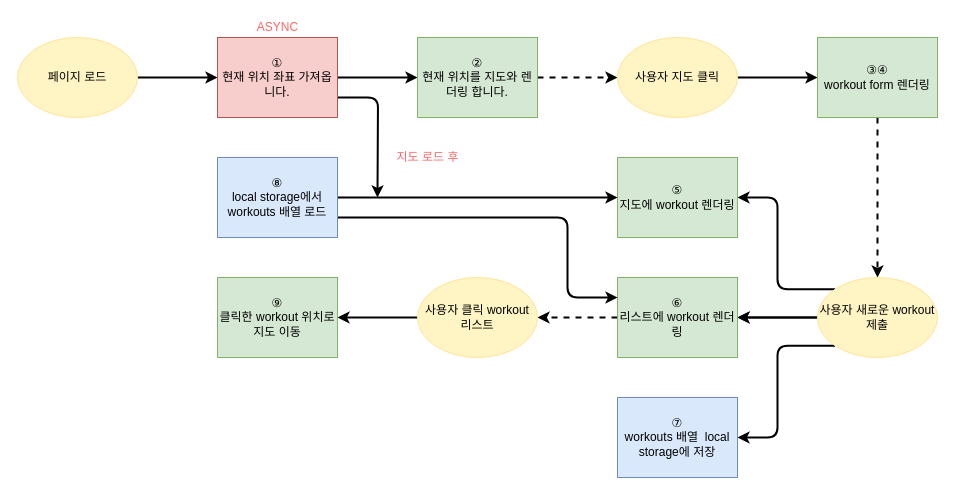
jackma914/js-run_record_app keeps this draw.io diagram as Untitled Diagram.drawio. Above is the earlier version. Source tidied: cells renumbered, new cells numbered last; positions are measured from the earlier drawing's top-left corner, leaving out a move shared by most shapes. Both pictures are drawn from the tidied source at 100%, with x=0, y=0 at pixel (17, 17).
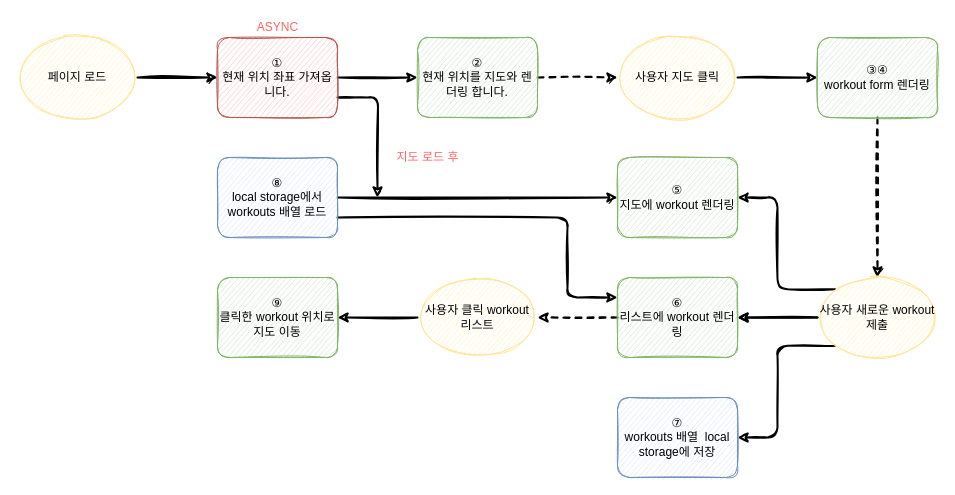
After the change.

Change to the diagram source:
```diff
@@
-    <mxCell id="2" style="edgeStyle=orthogonalEdgeStyle;rounded=0;jettySize=auto;html=1;fontColor=#FF6666;strokeWidth=2;" parent="1" edge="1" source="3" target="6">
+    <mxCell id="2" style="edgeStyle=orthogonalEdgeStyle;rounded=1;jettySize=auto;html=1;fontColor=#FF6666;strokeWidth=2;sketch=1;" parent="1" edge="1" source="3" target="6">
       <mxGeometry relative="1" as="geometry" />
     </mxCell>
-    <mxCell id="3" value="페이지 로드" style="ellipse;whiteSpace=wrap;html=1;strokeColor=#FFE599;fillColor=#FFF4C3;gradientColor=none;" parent="1" vertex="1">
+    <mxCell id="3" value="페이지 로드" style="ellipse;whiteSpace=wrap;html=1;strokeColor=#FFE599;fillColor=#FFF4C3;gradientColor=none;rounded=1;sketch=1;" parent="1" vertex="1">
       <mxGeometry y="20" width="120" height="80" as="geometry" />
     </mxCell>
-    <mxCell id="4" style="edgeStyle=orthogonalEdgeStyle;rounded=0;jettySize=auto;html=1;fontColor=#FF6666;strokeWidth=2;" parent="1" edge="1" source="6" target="8">
+    <mxCell id="4" style="edgeStyle=orthogonalEdgeStyle;rounded=1;jettySize=auto;html=1;fontColor=#FF6666;strokeWidth=2;sketch=1;" parent="1" edge="1" source="6" target="8">
       <mxGeometry relative="1" as="geometry" />
     </mxCell>
-    <mxCell id="5" style="edgeStyle=orthogonalEdgeStyle;rounded=1;jettySize=auto;html=1;exitX=1;exitY=0.75;exitDx=0;exitDy=0;fontColor=#FF6666;strokeWidth=2;" parent="1" edge="1" source="6">
+    <mxCell id="5" style="edgeStyle=orthogonalEdgeStyle;rounded=1;jettySize=auto;html=1;exitX=1;exitY=0.75;exitDx=0;exitDy=0;fontColor=#FF6666;strokeWidth=2;sketch=1;" parent="1" edge="1" source="6">
       <mxGeometry relative="1" as="geometry">
         <mxPoint x="360" y="180" as="targetPoint" />
       </mxGeometry>
     </mxCell>
-    <mxCell id="6" value="①&lt;br&gt;현재 위치 좌표 가져옵니다." style="rounded=0;whiteSpace=wrap;html=1;strokeColor=#b85450;fillColor=#f8cecc;" parent="1" vertex="1">
+    <mxCell id="6" value="①&lt;br&gt;현재 위치 좌표 가져옵니다." style="rounded=1;whiteSpace=wrap;html=1;strokeColor=#b85450;fillColor=#f8cecc;sketch=1;" parent="1" vertex="1">
       <mxGeometry x="200" y="20" width="120" height="80" as="geometry" />
     </mxCell>
-    <mxCell id="7" style="edgeStyle=orthogonalEdgeStyle;rounded=0;jettySize=auto;html=1;fontColor=#FF6666;dashed=1;strokeWidth=2;" parent="1" edge="1" source="8" target="10">
+    <mxCell id="7" style="edgeStyle=orthogonalEdgeStyle;rounded=1;jettySize=auto;html=1;fontColor=#FF6666;dashed=1;strokeWidth=2;sketch=1;" parent="1" edge="1" source="8" target="10">
       <mxGeometry relative="1" as="geometry" />
     </mxCell>
-    <mxCell id="8" value="②&lt;br&gt;현재 위치를 지도와 렌더링 합니다." style="rounded=0;whiteSpace=wrap;html=1;strokeColor=#82b366;fillColor=#d5e8d4;" parent="1" vertex="1">
+    <mxCell id="8" value="②&lt;br&gt;현재 위치를 지도와 렌더링 합니다." style="rounded=1;whiteSpace=wrap;html=1;strokeColor=#82b366;fillColor=#d5e8d4;sketch=1;" parent="1" vertex="1">
       <mxGeometry x="400" y="20" width="120" height="80" as="geometry" />
     </mxCell>
-    <mxCell id="9" style="edgeStyle=orthogonalEdgeStyle;rounded=1;jettySize=auto;html=1;fontColor=#FF6666;strokeWidth=2;" parent="1" edge="1" source="10" target="12">
+    <mxCell id="9" style="edgeStyle=orthogonalEdgeStyle;rounded=1;jettySize=auto;html=1;fontColor=#FF6666;strokeWidth=2;sketch=1;" parent="1" edge="1" source="10" target="12">
       <mxGeometry relative="1" as="geometry" />
     </mxCell>
-    <mxCell id="10" value="사용자 지도 클릭" style="ellipse;whiteSpace=wrap;html=1;strokeColor=#FFE599;fillColor=#FFF4C3;gradientColor=none;" parent="1" vertex="1">
+    <mxCell id="10" value="사용자 지도 클릭" style="ellipse;whiteSpace=wrap;html=1;strokeColor=#FFE599;fillColor=#FFF4C3;gradientColor=none;rounded=1;sketch=1;" parent="1" vertex="1">
       <mxGeometry x="600" y="20" width="120" height="80" as="geometry" />
     </mxCell>
-    <mxCell id="11" style="edgeStyle=orthogonalEdgeStyle;rounded=1;jettySize=auto;html=1;entryX=0.5;entryY=0;entryDx=0;entryDy=0;fontColor=#FF6666;dashed=1;strokeWidth=2;" parent="1" edge="1" source="12" target="17">
+    <mxCell id="11" style="edgeStyle=orthogonalEdgeStyle;rounded=1;jettySize=auto;html=1;entryX=0.5;entryY=0;entryDx=0;entryDy=0;fontColor=#FF6666;dashed=1;strokeWidth=2;sketch=1;" parent="1" edge="1" source="12" target="17">
       <mxGeometry relative="1" as="geometry" />
     </mxCell>
-    <mxCell id="12" value="③④&lt;br&gt;workout form 렌더링" style="rounded=0;whiteSpace=wrap;html=1;strokeColor=#82b366;fillColor=#d5e8d4;" parent="1" vertex="1">
+    <mxCell id="12" value="③④&lt;br&gt;workout form 렌더링" style="rounded=1;whiteSpace=wrap;html=1;strokeColor=#82b366;fillColor=#d5e8d4;sketch=1;" parent="1" vertex="1">
       <mxGeometry x="800" y="20" width="120" height="80" as="geometry" />
     </mxCell>
-    <mxCell id="13" style="edgeStyle=orthogonalEdgeStyle;rounded=1;jettySize=auto;html=1;entryX=1;entryY=0.5;entryDx=0;entryDy=0;fontColor=#FF6666;strokeWidth=2;" parent="1" edge="1" source="17" target="19">
+    <mxCell id="13" style="edgeStyle=orthogonalEdgeStyle;rounded=1;jettySize=auto;html=1;entryX=1;entryY=0.5;entryDx=0;entryDy=0;fontColor=#FF6666;strokeWidth=2;sketch=1;" parent="1" edge="1" source="17" target="19">
       <mxGeometry relative="1" as="geometry" />
     </mxCell>
-    <mxCell id="14" style="edgeStyle=orthogonalEdgeStyle;rounded=1;jettySize=auto;html=1;fontColor=#FF6666;strokeWidth=2;" parent="1" edge="1" source="17" target="19">
+    <mxCell id="14" style="edgeStyle=orthogonalEdgeStyle;rounded=1;jettySize=auto;html=1;fontColor=#FF6666;strokeWidth=2;sketch=1;" parent="1" edge="1" source="17" target="19">
       <mxGeometry relative="1" as="geometry" />
     </mxCell>
-    <mxCell id="15" style="edgeStyle=orthogonalEdgeStyle;rounded=1;jettySize=auto;html=1;exitX=0;exitY=1;exitDx=0;exitDy=0;entryX=1;entryY=0.5;entryDx=0;entryDy=0;fontColor=#FF6666;strokeWidth=2;" parent="1" edge="1" source="17" target="21">
+    <mxCell id="15" style="edgeStyle=orthogonalEdgeStyle;rounded=1;jettySize=auto;html=1;exitX=0;exitY=1;exitDx=0;exitDy=0;entryX=1;entryY=0.5;entryDx=0;entryDy=0;fontColor=#FF6666;strokeWidth=2;sketch=1;" parent="1" edge="1" source="17" target="21">
       <mxGeometry relative="1" as="geometry" />
     </mxCell>
-    <mxCell id="16" style="edgeStyle=orthogonalEdgeStyle;rounded=1;jettySize=auto;html=1;exitX=0;exitY=0;exitDx=0;exitDy=0;entryX=1;entryY=0.5;entryDx=0;entryDy=0;fontColor=#FF6666;strokeWidth=2;" parent="1" edge="1" source="17" target="20">
+    <mxCell id="16" style="edgeStyle=orthogonalEdgeStyle;rounded=1;jettySize=auto;html=1;exitX=0;exitY=0;exitDx=0;exitDy=0;entryX=1;entryY=0.5;entryDx=0;entryDy=0;fontColor=#FF6666;strokeWidth=2;sketch=1;" parent="1" edge="1" source="17" target="20">
       <mxGeometry relative="1" as="geometry" />
     </mxCell>
-    <mxCell id="17" value="사용자 새로운 workout 제출" style="ellipse;whiteSpace=wrap;html=1;strokeColor=#FFE599;fillColor=#FFF4C3;gradientColor=none;" parent="1" vertex="1">
+    <mxCell id="17" value="사용자 새로운 workout 제출" style="ellipse;whiteSpace=wrap;html=1;strokeColor=#FFE599;fillColor=#FFF4C3;gradientColor=none;rounded=1;sketch=1;" parent="1" vertex="1">
       <mxGeometry x="800" y="260" width="120" height="80" as="geometry" />
     </mxCell>
-    <mxCell id="18" style="edgeStyle=orthogonalEdgeStyle;rounded=1;jettySize=auto;html=1;fontColor=#FF6666;strokeWidth=2;dashed=1;" parent="1" edge="1" source="19" target="26">
+    <mxCell id="18" style="edgeStyle=orthogonalEdgeStyle;rounded=1;jettySize=auto;html=1;fontColor=#FF6666;strokeWidth=2;dashed=1;sketch=1;" parent="1" edge="1" source="19" target="26">
       <mxGeometry relative="1" as="geometry" />
     </mxCell>
-    <mxCell id="19" value="⑥&lt;br&gt;리스트에 workout 렌더링" style="rounded=0;whiteSpace=wrap;html=1;strokeColor=#82b366;fillColor=#d5e8d4;" parent="1" vertex="1">
+    <mxCell id="19" value="⑥&lt;br&gt;리스트에 workout 렌더링" style="rounded=1;whiteSpace=wrap;html=1;strokeColor=#82b366;fillColor=#d5e8d4;sketch=1;" parent="1" vertex="1">
       <mxGeometry x="600" y="260" width="120" height="80" as="geometry" />
     </mxCell>
-    <mxCell id="20" value="⑤&lt;br&gt;지도에 workout 렌더링" style="rounded=0;whiteSpace=wrap;html=1;strokeColor=#82b366;fillColor=#d5e8d4;" parent="1" vertex="1">
+    <mxCell id="20" value="⑤&lt;br&gt;지도에 workout 렌더링" style="rounded=1;whiteSpace=wrap;html=1;strokeColor=#82b366;fillColor=#d5e8d4;sketch=1;" parent="1" vertex="1">
       <mxGeometry x="600" y="140" width="120" height="80" as="geometry" />
     </mxCell>
-    <mxCell id="21" value="⑦&lt;br&gt;workouts 배열&amp;nbsp; local storage에 저장" style="rounded=0;whiteSpace=wrap;html=1;strokeColor=#6c8ebf;fillColor=#dae8fc;" parent="1" vertex="1">
+    <mxCell id="21" value="⑦&lt;br&gt;workouts 배열&amp;nbsp; local storage에 저장" style="rounded=1;whiteSpace=wrap;html=1;strokeColor=#6c8ebf;fillColor=#dae8fc;sketch=1;" parent="1" vertex="1">
       <mxGeometry x="600" y="380" width="120" height="80" as="geometry" />
     </mxCell>
-    <mxCell id="22" style="edgeStyle=orthogonalEdgeStyle;rounded=1;jettySize=auto;html=1;entryX=0;entryY=0.5;entryDx=0;entryDy=0;fontColor=#FF6666;strokeWidth=2;" parent="1" edge="1" source="24" target="20">
+    <mxCell id="22" style="edgeStyle=orthogonalEdgeStyle;rounded=1;jettySize=auto;html=1;entryX=0;entryY=0.5;entryDx=0;entryDy=0;fontColor=#FF6666;strokeWidth=2;sketch=1;" parent="1" edge="1" source="24" target="20">
       <mxGeometry relative="1" as="geometry" />
     </mxCell>
-    <mxCell id="23" style="edgeStyle=orthogonalEdgeStyle;rounded=1;jettySize=auto;html=1;exitX=1;exitY=0.75;exitDx=0;exitDy=0;entryX=0;entryY=0.25;entryDx=0;entryDy=0;fontColor=#FF6666;strokeWidth=2;" parent="1" edge="1" source="24" target="19">
+    <mxCell id="23" style="edgeStyle=orthogonalEdgeStyle;rounded=1;jettySize=auto;html=1;exitX=1;exitY=0.75;exitDx=0;exitDy=0;entryX=0;entryY=0.25;entryDx=0;entryDy=0;fontColor=#FF6666;strokeWidth=2;sketch=1;" parent="1" edge="1" source="24" target="19">
       <mxGeometry relative="1" as="geometry">
         <Array as="points">
           <mxPoint x="550" y="200" />
           <mxPoint x="550" y="280" />
         </Array>
       </mxGeometry>
     </mxCell>
-    <mxCell id="24" value="⑧&lt;br&gt;local storage에서 workouts 배열 로드" style="rounded=0;whiteSpace=wrap;html=1;strokeColor=#6c8ebf;fillColor=#dae8fc;" parent="1" vertex="1">
+    <mxCell id="24" value="⑧&lt;br&gt;local storage에서 workouts 배열 로드" style="rounded=1;whiteSpace=wrap;html=1;strokeColor=#6c8ebf;fillColor=#dae8fc;sketch=1;" parent="1" vertex="1">
       <mxGeometry x="200" y="140" width="120" height="80" as="geometry" />
     </mxCell>
-    <mxCell id="25" style="edgeStyle=orthogonalEdgeStyle;rounded=1;jettySize=auto;html=1;fontColor=#FF6666;strokeWidth=2;" parent="1" edge="1" source="26" target="27">
+    <mxCell id="25" style="edgeStyle=orthogonalEdgeStyle;rounded=1;jettySize=auto;html=1;fontColor=#FF6666;strokeWidth=2;sketch=1;" parent="1" edge="1" source="26" target="27">
       <mxGeometry relative="1" as="geometry" />
     </mxCell>
-    <mxCell id="26" value="사용자 클릭 workout 리스트" style="ellipse;whiteSpace=wrap;html=1;strokeColor=#FFE599;fillColor=#FFF4C3;gradientColor=none;" parent="1" vertex="1">
+    <mxCell id="26" value="사용자 클릭 workout 리스트" style="ellipse;whiteSpace=wrap;html=1;strokeColor=#FFE599;fillColor=#FFF4C3;gradientColor=none;rounded=1;sketch=1;" parent="1" vertex="1">
       <mxGeometry x="400" y="260" width="120" height="80" as="geometry" />
     </mxCell>
-    <mxCell id="27" value="⑨&lt;br&gt;클릭한 workout 위치로 지도 이동" style="rounded=0;whiteSpace=wrap;html=1;strokeColor=#82b366;fillColor=#d5e8d4;" parent="1" vertex="1">
+    <mxCell id="27" value="⑨&lt;br&gt;클릭한 workout 위치로 지도 이동" style="rounded=1;whiteSpace=wrap;html=1;strokeColor=#82b366;fillColor=#d5e8d4;sketch=1;" parent="1" vertex="1">
       <mxGeometry x="200" y="260" width="120" height="80" as="geometry" />
     </mxCell>
-    <mxCell id="28" value="&lt;span&gt;ASYNC&lt;/span&gt;" style="text;html=1;align=center;verticalAlign=middle;strokeColor=none;fillColor=none;fontColor=#FF6666;" parent="1" vertex="1">
+    <mxCell id="28" value="&lt;span&gt;ASYNC&lt;/span&gt;" style="text;html=1;align=center;verticalAlign=middle;strokeColor=none;fillColor=none;fontColor=#FF6666;rounded=1;sketch=1;" parent="1" vertex="1">
       <mxGeometry x="230" width="60" height="20" as="geometry" />
     </mxCell>
-    <mxCell id="29" value="지도 로드 후" style="text;html=1;align=center;verticalAlign=middle;strokeColor=none;fillColor=none;fontColor=#FF6666;" parent="1" vertex="1">
+    <mxCell id="29" value="지도 로드 후" style="text;html=1;align=center;verticalAlign=middle;strokeColor=none;fillColor=none;fontColor=#FF6666;rounded=1;sketch=1;" parent="1" vertex="1">
       <mxGeometry x="370" y="130" width="80" height="20" as="geometry" />
     </mxCell>
```
